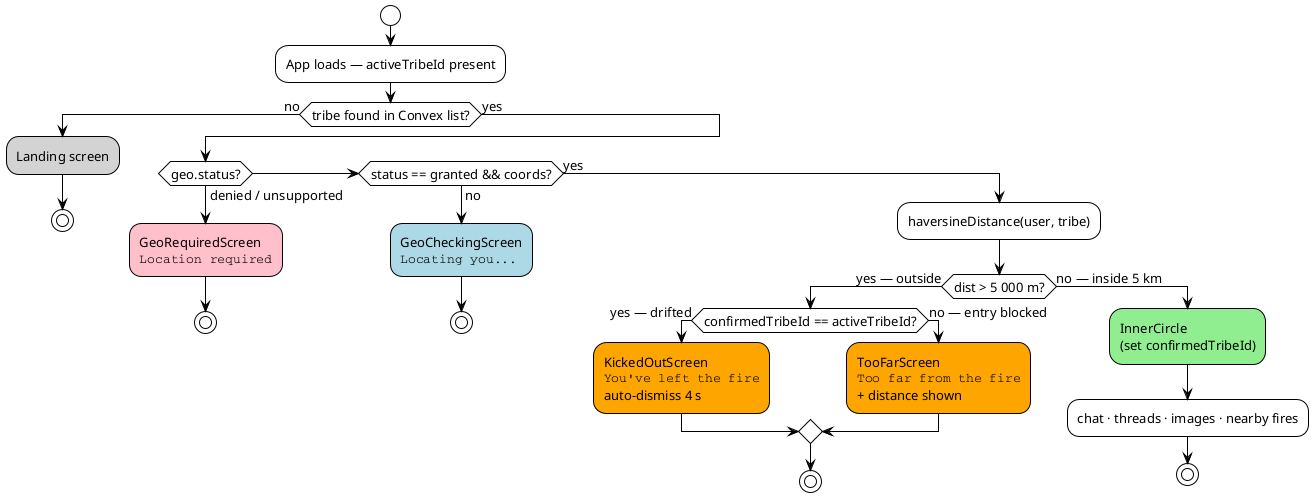
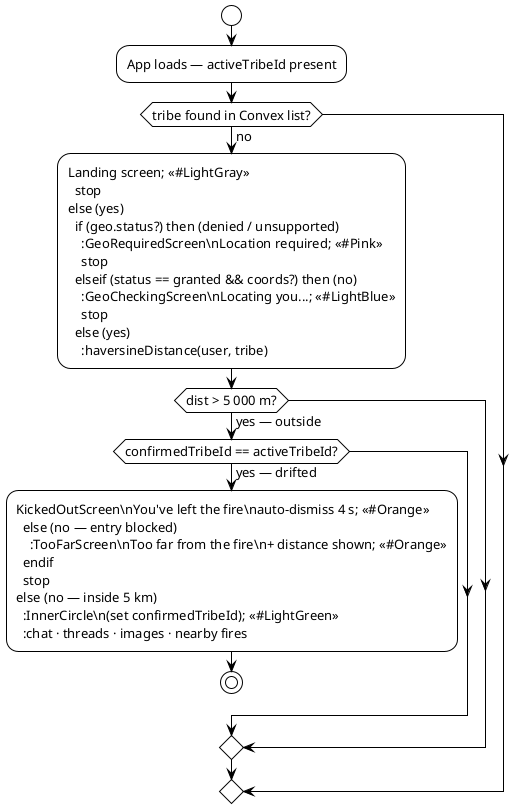
@startuml geofence-gate
!theme plain
<style>
activityDiagram {
  FontName monospace
  FontSize 13
}
</style>

start

:App loads — activeTribeId present;

if (tribe found in Convex list?) then (no)
-   #LightGray:Landing screen;
+   :Landing screen; <<#LightGray>>
  stop
else (yes)
  if (geo.status?) then (denied / unsupported)
-     #Pink:GeoRequiredScreen\n""Location required"";
+     :GeoRequiredScreen\nLocation required; <<#Pink>>
    stop
  elseif (status == granted && coords?) then (no)
-     #LightBlue:GeoCheckingScreen\n""Locating you..."";
+     :GeoCheckingScreen\nLocating you...; <<#LightBlue>>
    stop
  else (yes)
    :haversineDistance(user, tribe);
    if (dist > 5 000 m?) then (yes — outside)
      if (confirmedTribeId == activeTribeId?) then (yes — drifted)
-         #Orange:KickedOutScreen\n""You've left the fire""\nauto-dismiss 4 s;
+         :KickedOutScreen\nYou've left the fire\nauto-dismiss 4 s; <<#Orange>>
      else (no — entry blocked)
-         #Orange:TooFarScreen\n""Too far from the fire""\n+ distance shown;
+         :TooFarScreen\nToo far from the fire\n+ distance shown; <<#Orange>>
      endif
      stop
    else (no — inside 5 km)
-       #LightGreen:InnerCircle\n(set confirmedTribeId);
+       :InnerCircle\n(set confirmedTribeId); <<#LightGreen>>
      :chat · threads · images · nearby fires;
      stop
    endif
  endif
endif

@enduml
